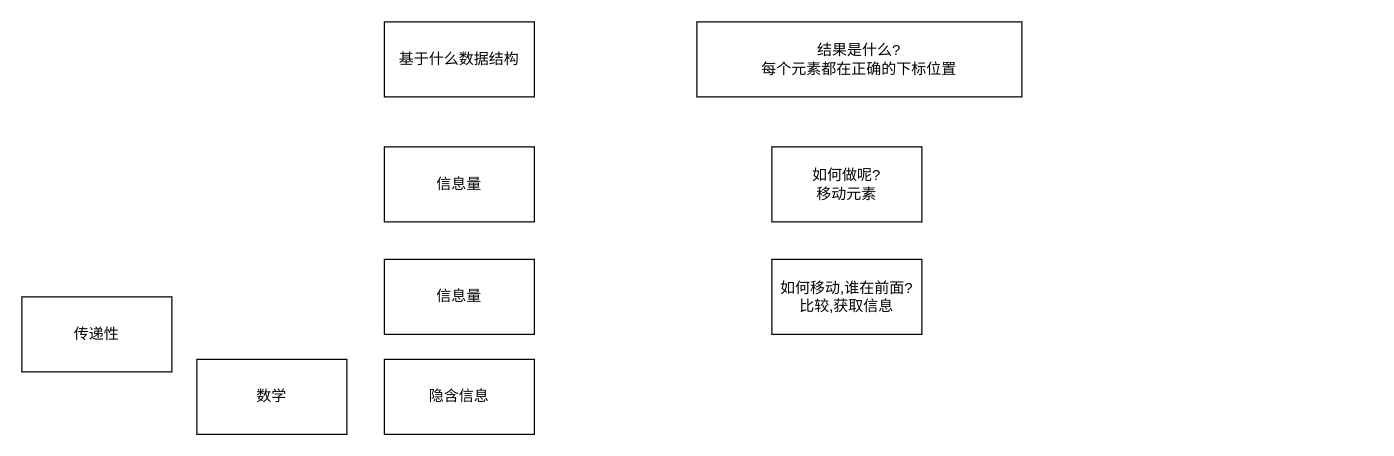
Above: 算法.drawio in idbanfan/drawio (draw.io), before the change. Source tidied: cells renumbered, new cells numbered last; positions are measured from the earlier drawing's top-left corner, leaving out a move shared by most shapes. Both pictures are drawn from the tidied source at 125%, with x=0, y=0 at pixel (21, 21).
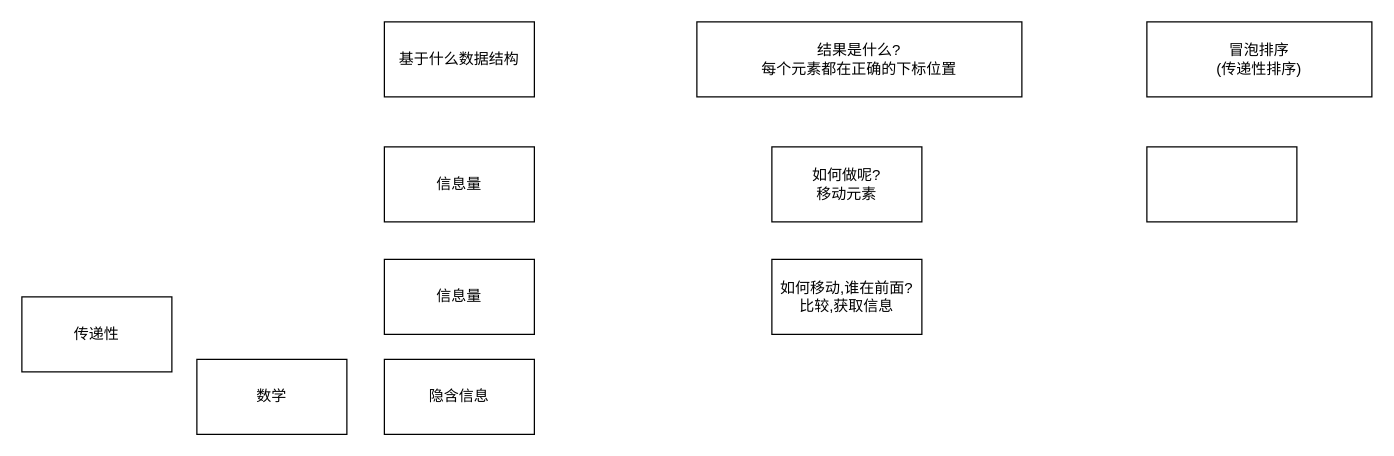
The same page after the edit.

Diff of the diagram source:
```diff
@@
 <mxGraphModel>
   <root>
     <mxCell id="0" />
     <mxCell id="1" parent="0" />
     <mxCell id="2" value="基于什么数据结构" style="rounded=0;whiteSpace=wrap;html=1;" parent="1" vertex="1">
       <mxGeometry x="290" width="120" height="60" as="geometry" />
     </mxCell>
     <mxCell id="3" value="信息量" style="rounded=0;whiteSpace=wrap;html=1;" parent="1" vertex="1">
       <mxGeometry x="290" y="100" width="120" height="60" as="geometry" />
     </mxCell>
     <mxCell id="4" value="信息量" style="rounded=0;whiteSpace=wrap;html=1;" parent="1" vertex="1">
       <mxGeometry x="290" y="190" width="120" height="60" as="geometry" />
     </mxCell>
     <mxCell id="5" value="结果是什么?&lt;br&gt;每个元素都在正确的下标位置" style="rounded=0;whiteSpace=wrap;html=1;" parent="1" vertex="1">
       <mxGeometry x="540" width="260" height="60" as="geometry" />
     </mxCell>
     <mxCell id="6" value="如何做呢?&lt;br&gt;移动元素" style="rounded=0;whiteSpace=wrap;html=1;" parent="1" vertex="1">
       <mxGeometry x="600" y="100" width="120" height="60" as="geometry" />
     </mxCell>
     <mxCell id="7" value="如何移动,谁在前面?&lt;br&gt;比较,获取信息" style="rounded=0;whiteSpace=wrap;html=1;" parent="1" vertex="1">
       <mxGeometry x="600" y="190" width="120" height="60" as="geometry" />
     </mxCell>
     <mxCell id="8" value="隐含信息" style="rounded=0;whiteSpace=wrap;html=1;" parent="1" vertex="1">
       <mxGeometry x="290" y="270" width="120" height="60" as="geometry" />
     </mxCell>
     <mxCell id="9" value="数学" style="rounded=0;whiteSpace=wrap;html=1;" parent="1" vertex="1">
       <mxGeometry x="140" y="270" width="120" height="60" as="geometry" />
     </mxCell>
     <mxCell id="10" value="传递性" style="rounded=0;whiteSpace=wrap;html=1;" parent="1" vertex="1">
       <mxGeometry y="220" width="120" height="60" as="geometry" />
     </mxCell>
+    <mxCell id="11" style="rounded=0;whiteSpace=wrap;html=1;" parent="1" vertex="1">
+      <mxGeometry x="900" y="100" width="120" height="60" as="geometry" />
+    </mxCell>
+    <mxCell id="12" value="冒泡排序&lt;br&gt;(传递性排序)" style="rounded=0;whiteSpace=wrap;html=1;" parent="1" vertex="1">
+      <mxGeometry x="900" width="180" height="60" as="geometry" />
+    </mxCell>
   </root>
 </mxGraphModel>
```
